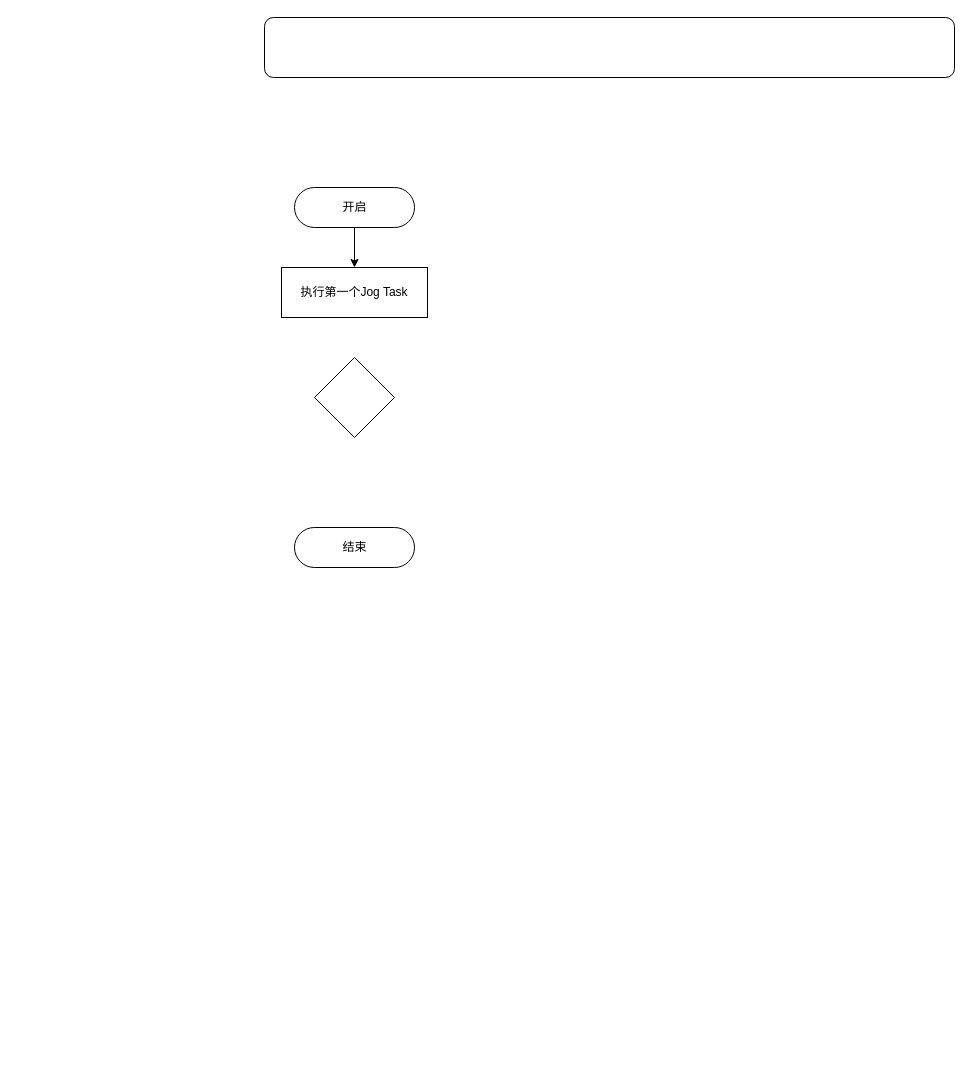
Above: apps/task/docs/flow.drawio in infraboard/mpaas (draw.io), before the change. Source tidied: cells renumbered, new cells numbered last; positions are measured from the earlier drawing's top-left corner, leaving out a move shared by most shapes. Both pictures are drawn from the tidied source at 100%, with x=0, y=0 at pixel (264, 17).
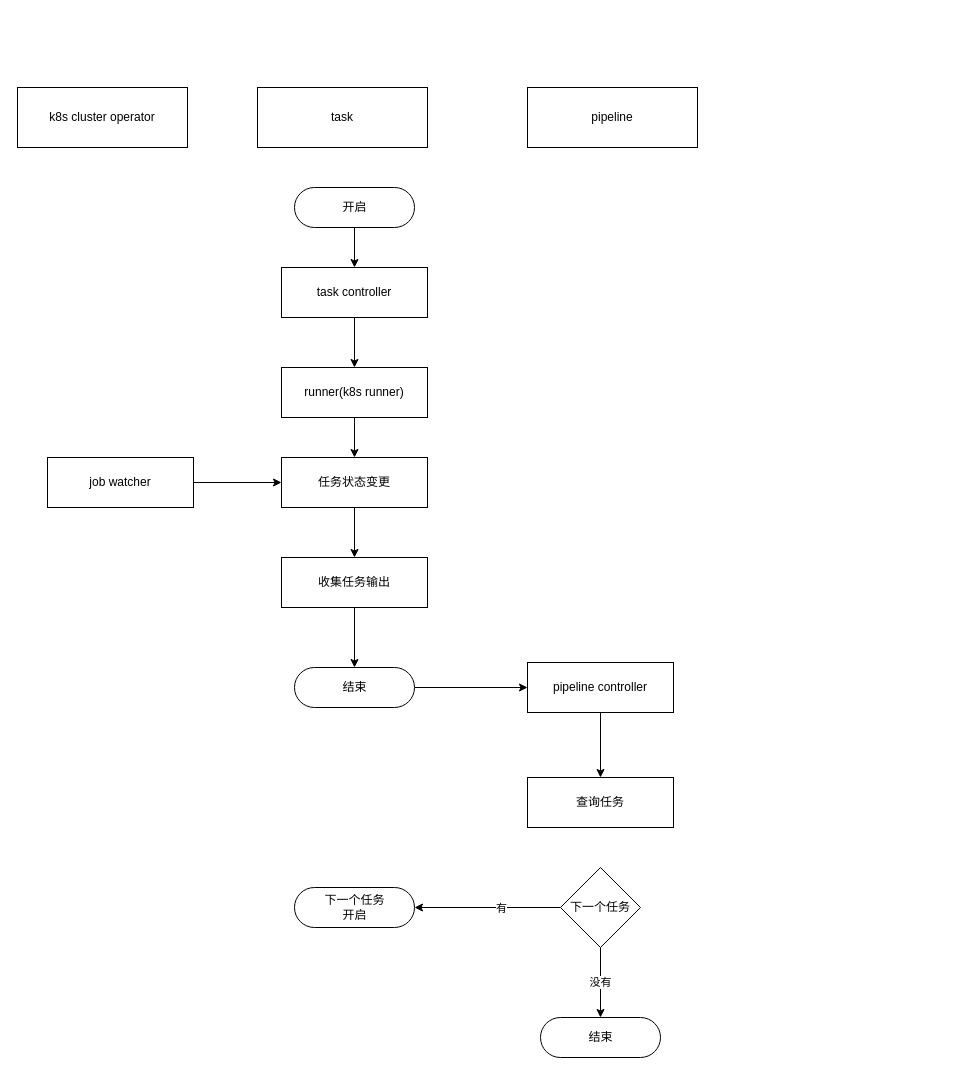
After the change.

Commit message (it also covers changes not shown here):
更新流程图

Diff of the diagram source:
```diff
@@
-    <mxCell id="4" value="结束" style="html=1;dashed=0;whitespace=wrap;shape=mxgraph.dfd.start;" parent="1" vertex="1">
-      <mxGeometry x="30" y="510" width="120" height="40" as="geometry" />
-    </mxCell>
+    <mxCell id="8" style="edgeStyle=none;html=1;exitX=0.5;exitY=1;exitDx=0;exitDy=0;entryX=0.5;entryY=0;entryDx=0;entryDy=0;" parent="1" edge="1" source="5" target="10">
+      <mxGeometry relative="1" as="geometry" />
+    </mxCell>
-    <mxCell id="5" value="执行第一个Jog Task" style="rounded=0;whiteSpace=wrap;html=1;" parent="1" vertex="1">
+    <mxCell id="5" value="task controller" style="rounded=0;whiteSpace=wrap;html=1;" parent="1" vertex="1">
       <mxGeometry x="17" y="250" width="146" height="50" as="geometry" />
     </mxCell>
-    <mxCell id="6" style="rounded=1;whiteSpace=wrap;html=1;" parent="1" vertex="1">
-      <mxGeometry width="690" height="60" as="geometry" />
-    </mxCell>
-    <mxCell id="7" style="rhombus;whiteSpace=wrap;html=1;" parent="1" vertex="1">
-      <mxGeometry x="50" y="340" width="80" height="80" as="geometry" />
-    </mxCell>
+    <mxCell id="9" style="edgeStyle=none;html=1;exitX=0.5;exitY=1;exitDx=0;exitDy=0;entryX=0.5;entryY=0;entryDx=0;entryDy=0;" parent="1" edge="1" source="10" target="21">
+      <mxGeometry relative="1" as="geometry" />
+    </mxCell>
+    <mxCell id="10" value="runner(k8s runner)" style="rounded=0;whiteSpace=wrap;html=1;" parent="1" vertex="1">
+      <mxGeometry x="17" y="350" width="146" height="50" as="geometry" />
+    </mxCell>
+    <mxCell id="11" value="k8s cluster operator" style="rounded=0;whiteSpace=wrap;html=1;" parent="1" vertex="1">
+      <mxGeometry x="-247" y="70" width="170" height="60" as="geometry" />
+    </mxCell>
+    <mxCell id="12" value="task" style="rounded=0;whiteSpace=wrap;html=1;" parent="1" vertex="1">
+      <mxGeometry x="-7" y="70" width="170" height="60" as="geometry" />
+    </mxCell>
+    <mxCell id="13" value="pipeline" style="rounded=0;whiteSpace=wrap;html=1;" parent="1" vertex="1">
+      <mxGeometry x="263" y="70" width="170" height="60" as="geometry" />
+    </mxCell>
+    <mxCell id="14" style="edgeStyle=orthogonalEdgeStyle;html=1;exitX=1;exitY=0.5;exitDx=0;exitDy=0;entryX=0;entryY=0.5;entryDx=0;entryDy=0;" parent="1" edge="1" source="15" target="21">
+      <mxGeometry relative="1" as="geometry" />
+    </mxCell>
+    <mxCell id="15" value="job watcher" style="rounded=0;whiteSpace=wrap;html=1;" parent="1" vertex="1">
+      <mxGeometry x="-217" y="440" width="146" height="50" as="geometry" />
+    </mxCell>
+    <mxCell id="16" style="edgeStyle=orthogonalEdgeStyle;html=1;exitX=0.5;exitY=1;exitDx=0;exitDy=0;entryX=0.5;entryY=0;entryDx=0;entryDy=0;" parent="1" edge="1" source="17" target="22">
+      <mxGeometry relative="1" as="geometry" />
+    </mxCell>
+    <mxCell id="17" value="pipeline controller" style="rounded=0;whiteSpace=wrap;html=1;" parent="1" vertex="1">
+      <mxGeometry x="263" y="645" width="146" height="50" as="geometry" />
+    </mxCell>
+    <mxCell id="18" style="edgeStyle=orthogonalEdgeStyle;html=1;exitX=1;exitY=0.5;exitDx=0;exitDy=0;exitPerimeter=0;entryX=0;entryY=0.5;entryDx=0;entryDy=0;" parent="1" edge="1" source="19" target="17">
+      <mxGeometry relative="1" as="geometry" />
+    </mxCell>
+    <mxCell id="19" value="结束" style="html=1;dashed=0;whitespace=wrap;shape=mxgraph.dfd.start;" parent="1" vertex="1">
+      <mxGeometry x="30" y="650" width="120" height="40" as="geometry" />
+    </mxCell>
+    <mxCell id="20" style="edgeStyle=orthogonalEdgeStyle;html=1;exitX=0.5;exitY=1;exitDx=0;exitDy=0;" parent="1" edge="1" source="21" target="24">
+      <mxGeometry relative="1" as="geometry" />
+    </mxCell>
+    <mxCell id="21" value="任务状态变更" style="rounded=0;whiteSpace=wrap;html=1;" parent="1" vertex="1">
+      <mxGeometry x="17" y="440" width="146" height="50" as="geometry" />
+    </mxCell>
+    <mxCell id="22" value="查询任务" style="rounded=0;whiteSpace=wrap;html=1;" parent="1" vertex="1">
+      <mxGeometry x="263" y="760" width="146" height="50" as="geometry" />
+    </mxCell>
+    <mxCell id="23" style="edgeStyle=orthogonalEdgeStyle;html=1;exitX=0.5;exitY=1;exitDx=0;exitDy=0;" parent="1" edge="1" source="24" target="19">
+      <mxGeometry relative="1" as="geometry" />
+    </mxCell>
+    <mxCell id="24" value="收集任务输出" style="rounded=0;whiteSpace=wrap;html=1;" parent="1" vertex="1">
+      <mxGeometry x="17" y="540" width="146" height="50" as="geometry" />
+    </mxCell>
+    <mxCell id="25" value="没有" style="edgeStyle=orthogonalEdgeStyle;html=1;exitX=0.5;exitY=1;exitDx=0;exitDy=0;" parent="1" edge="1" source="29" target="26">
+      <mxGeometry relative="1" as="geometry" />
+    </mxCell>
+    <mxCell id="26" value="结束" style="html=1;dashed=0;whitespace=wrap;shape=mxgraph.dfd.start;" parent="1" vertex="1">
+      <mxGeometry x="276" y="1000" width="120" height="40" as="geometry" />
+    </mxCell>
+    <mxCell id="27" style="edgeStyle=orthogonalEdgeStyle;html=1;exitX=0;exitY=0.5;exitDx=0;exitDy=0;entryX=1;entryY=0.5;entryDx=0;entryDy=0;entryPerimeter=0;" parent="1" edge="1" source="29" target="30">
+      <mxGeometry relative="1" as="geometry" />
+    </mxCell>
+    <mxCell id="28" value="有" style="edgeLabel;html=1;align=center;verticalAlign=middle;" parent="27" vertex="1">
+      <mxGeometry x="-0.18" relative="1" as="geometry" />
+    </mxCell>
+    <mxCell id="29" value="下一个任务" style="rhombus;whiteSpace=wrap;html=1;" parent="1" vertex="1">
+      <mxGeometry x="296" y="850" width="80" height="80" as="geometry" />
+    </mxCell>
+    <mxCell id="30" value="下一个任务&lt;br&gt;开启" style="html=1;dashed=0;whitespace=wrap;shape=mxgraph.dfd.start;" parent="1" vertex="1">
+      <mxGeometry x="30" y="870" width="120" height="40" as="geometry" />
+    </mxCell>
```
